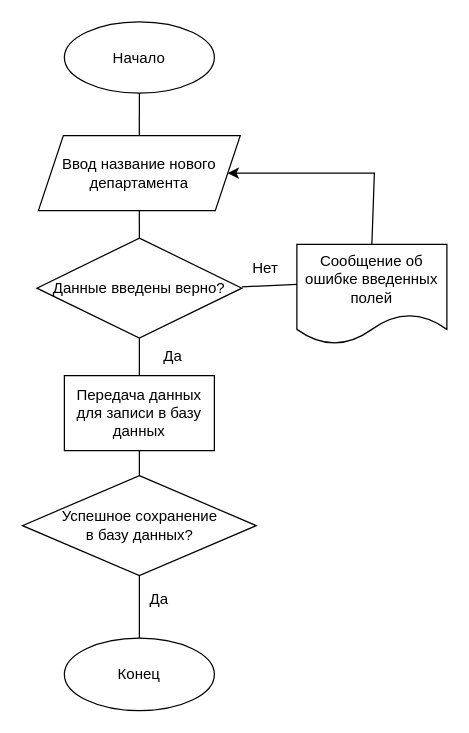
Alexander-Bankov/Schema keeps this draw.io diagram as CreateNewDepartment.drawio. Above is the earlier version. Source tidied: cells renumbered, new cells numbered last; positions are measured from the earlier drawing's top-left corner, leaving out a move shared by most shapes. Both pictures are drawn from the tidied source at 125%, with x=0, y=0 at pixel (21, 21).
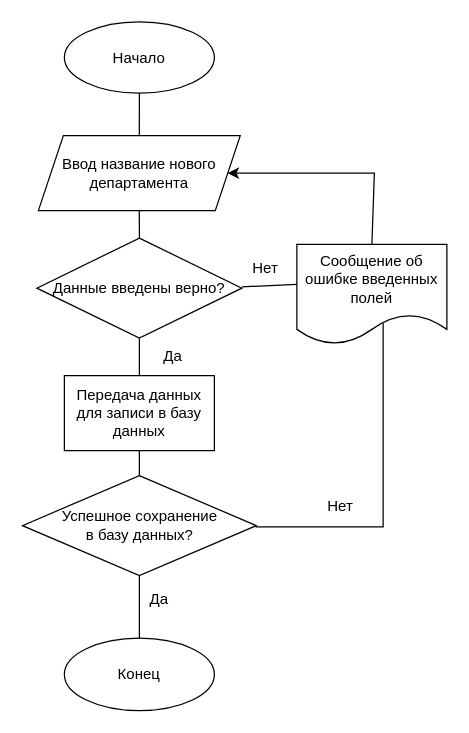
The same diagram, later.

The edit, as a diff of the source:
```diff
@@
+    <mxCell id="19" value="Нет" style="text;html=1;align=center;verticalAlign=middle;whiteSpace=wrap;rounded=0;" parent="1" vertex="1">
+      <mxGeometry x="225" y="373" width="60" height="30" as="geometry" />
+    </mxCell>
+    <mxCell id="20" style="endArrow=none;html=1;rounded=0;entryX=0.575;entryY=0.788;entryDx=0;entryDy=0;entryPerimeter=0;" parent="1" edge="1">
+      <mxGeometry relative="1" as="geometry">
+        <mxPoint x="187" y="404" as="sourcePoint" />
+        <mxPoint x="289" y="241" as="targetPoint" />
+        <Array as="points">
+          <mxPoint x="289" y="404" />
+        </Array>
+      </mxGeometry>
+    </mxCell>
```
